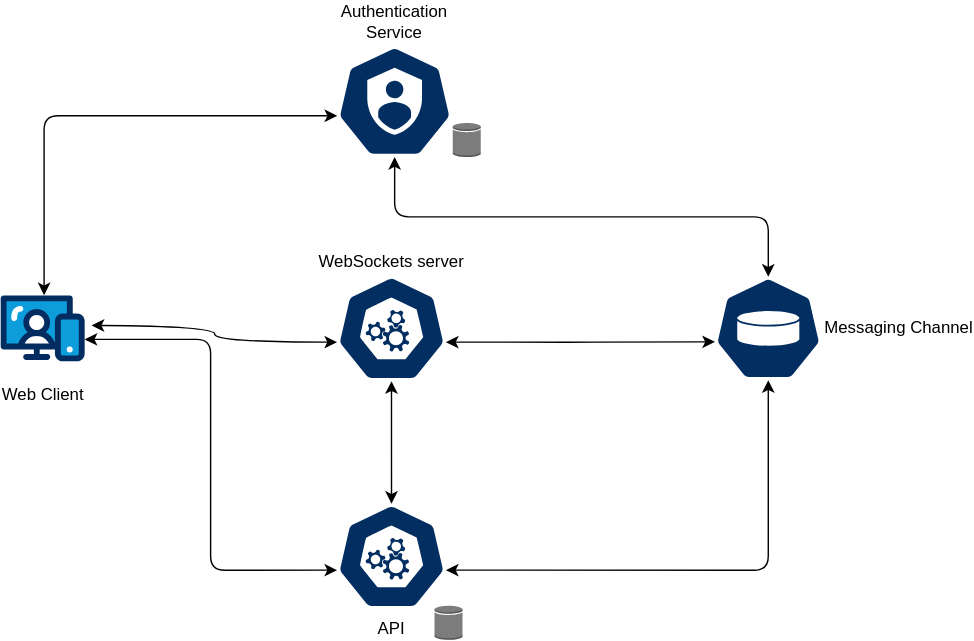
Above: buzzy.svg in melmedany/buzzy (draw.io), before the change. Source tidied: cells renumbered, new cells last; positions are measured from the earlier drawing's top-left corner, leaving out a move shared by most shapes.
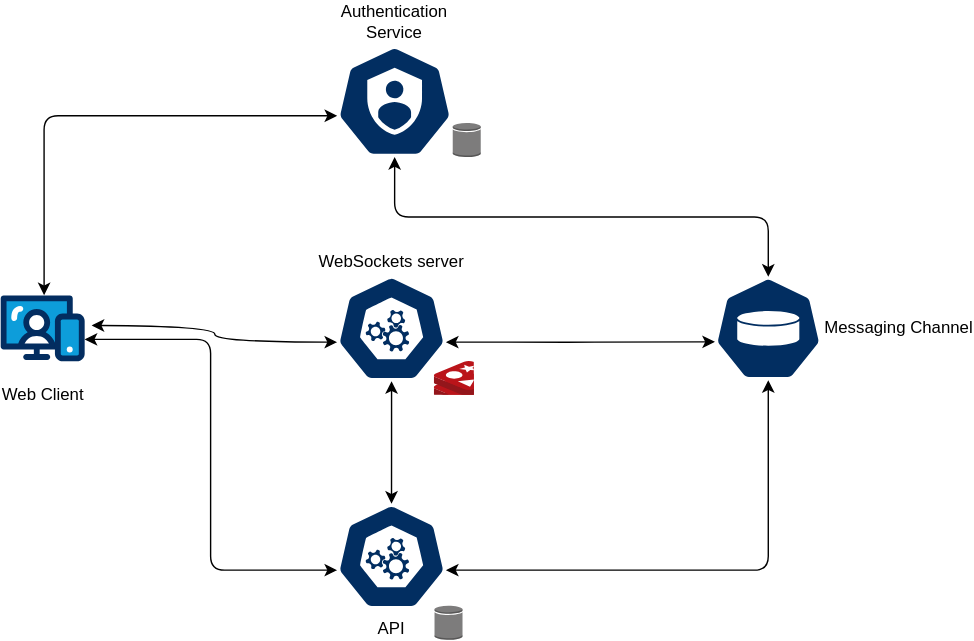
The same diagram one commit later.

Diff of the diagram source:
```diff
@@ -51,5 +51,8 @@
     <mxCell id="15" style="edgeStyle=orthogonalEdgeStyle;rounded=1;jettySize=auto;html=1;exitX=0.995;exitY=0.63;exitDx=0;exitDy=0;exitPerimeter=0;curved=0;startArrow=classic;startFill=1;entryX=0.005;entryY=0.63;entryDx=0;entryDy=0;entryPerimeter=0;" parent="1" edge="1" source="12" target="6">
       <mxGeometry relative="1" as="geometry" />
     </mxCell>
+    <mxCell id="16" style="image;sketch=0;html=1;align=center;fontSize=12;image=img/lib/mscae/Cache_Redis_Product.svg;" parent="1" vertex="1">
+      <mxGeometry x="310" y="226" width="28.6" height="24" as="geometry" />
+    </mxCell>
   </root>
 </mxGraphModel>
```
